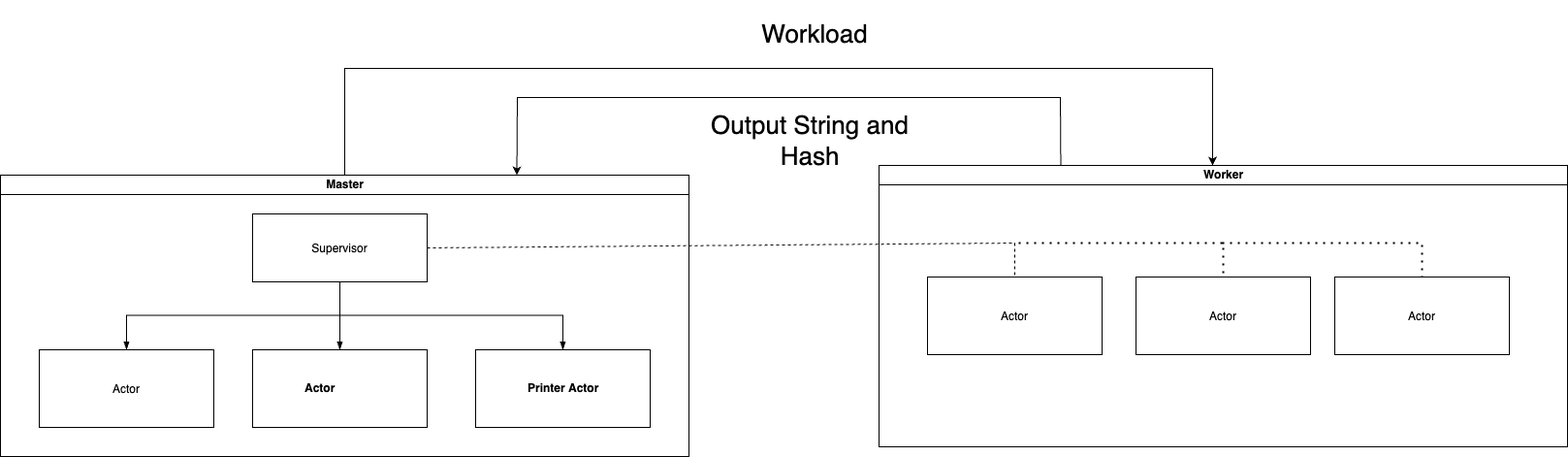
Before: bitcoin-miner/BitcoinMiner.png, a diagram exported from draw.io (anmbajaj/DOSPFall2022). Source tidied: cells renumbered, new cells last; positions are measured from the earlier drawing's top-left corner, leaving out a move shared by most shapes. Source of this version:
```xml
<mxGraphModel>
  <root>
    <mxCell id="0" />
    <mxCell id="1" parent="0" />
    <mxCell id="2" value="Master" style="swimlane;html=1;startSize=20;horizontal=1;containerType=tree;glass=0;fillColor=none;" parent="1" vertex="1">
      <mxGeometry y="180" width="710" height="290" as="geometry" />
    </mxCell>
    <object id="3" label="Supervisor" email="me@example.com" location="Office 1" name="Tessa Miller" placeholders="1" position="CFO">
      <mxCell style="fillColor=none;" parent="2" vertex="1">
        <mxGeometry x="260" y="40" width="180" height="70" as="geometry" />
      </mxCell>
    </object>
    <mxCell id="4" style="endArrow=blockThin;endFill=1;fontSize=11;edgeStyle=elbowEdgeStyle;elbow=vertical;rounded=0;" parent="2" edge="1" source="3" target="5">
      <mxGeometry relative="1" as="geometry" />
    </mxCell>
    <object id="5" label="Actor" email="me@example.com" location="Office 2" name="Edward Morrison" placeholders="1" position="Brand Manager">
      <mxCell style="fillColor=none;" parent="2" vertex="1">
        <mxGeometry x="40" y="180" width="180" height="80" as="geometry" />
      </mxCell>
    </object>
    <mxCell id="6" style="endArrow=blockThin;endFill=1;fontSize=11;edgeStyle=elbowEdgeStyle;elbow=vertical;rounded=0;" parent="2" edge="1" source="3" target="7">
      <mxGeometry relative="1" as="geometry" />
    </mxCell>
    <object id="7" label="Actor" email="me@example.com" location="Office 4" name="Evan Valet" placeholders="1" position="HR Director">
      <mxCell style="label;whiteSpace=wrap;html=1;rounded=0;glass=0;fillColor=none;" parent="2" vertex="1">
        <mxGeometry x="260" y="180" width="180" height="80" as="geometry" />
      </mxCell>
    </object>
    <mxCell id="8" style="endArrow=blockThin;endFill=1;fontSize=11;edgeStyle=elbowEdgeStyle;elbow=vertical;rounded=0;" parent="2" edge="1" source="3" target="9">
      <mxGeometry relative="1" as="geometry" />
    </mxCell>
    <object id="9" label="Printer Actor" email="me@example.com" location="Office 3" name="Alison Donovan" placeholders="1" position="System Admin">
      <mxCell style="label;whiteSpace=wrap;html=1;rounded=0;glass=0;fillColor=none;" parent="2" vertex="1">
        <mxGeometry x="490" y="180" width="180" height="80" as="geometry" />
      </mxCell>
    </object>
    <mxCell id="10" value="Worker" style="swimlane;html=1;startSize=20;horizontal=1;containerType=tree;glass=0;fillColor=none;" parent="1" vertex="1">
      <mxGeometry x="906" y="170" width="710" height="290" as="geometry" />
    </mxCell>
    <object id="11" label="Actor" email="me@example.com" location="Office 2" name="Edward Morrison" placeholders="1" position="Brand Manager">
      <mxCell style="fillColor=none;" parent="10" vertex="1">
        <mxGeometry x="50" y="115" width="180" height="80" as="geometry" />
      </mxCell>
    </object>
    <object id="12" label="Actor" email="me@example.com" location="Office 2" name="Edward Morrison" placeholders="1" position="Brand Manager">
      <mxCell style="fillColor=none;" parent="10" vertex="1">
        <mxGeometry x="265" y="115" width="180" height="80" as="geometry" />
      </mxCell>
    </object>
    <object id="13" label="Actor" email="me@example.com" location="Office 2" name="Edward Morrison" placeholders="1" position="Brand Manager">
      <mxCell style="fillColor=none;" parent="10" vertex="1">
        <mxGeometry x="470" y="115" width="180" height="80" as="geometry" />
      </mxCell>
    </object>
    <mxCell id="14" style="endArrow=none;dashed=1;html=1;dashPattern=1 3;strokeWidth=2;rounded=0;entryX=0.5;entryY=0;entryDx=0;entryDy=0;" parent="10" edge="1" target="12">
      <mxGeometry relative="1" as="geometry">
        <mxPoint x="144" y="80" as="sourcePoint" />
        <Array as="points">
          <mxPoint x="355" y="80" />
        </Array>
      </mxGeometry>
    </mxCell>
    <mxCell id="15" style="endArrow=classic;html=1;rounded=0;exitX=0.264;exitY=-0.001;exitDx=0;exitDy=0;exitPerimeter=0;entryX=0.75;entryY=0;entryDx=0;entryDy=0;" parent="1" edge="1" source="10" target="2">
      <mxGeometry relative="1" as="geometry">
        <Array as="points">
          <mxPoint x="1093" y="100" />
          <mxPoint x="533" y="100" />
        </Array>
      </mxGeometry>
    </mxCell>
    <mxCell id="16" style="endArrow=classic;html=1;rounded=0;exitX=0.5;exitY=0;exitDx=0;exitDy=0;" parent="1" edge="1" source="2">
      <mxGeometry relative="1" as="geometry">
        <mxPoint x="1250" y="170" as="targetPoint" />
        <Array as="points">
          <mxPoint x="355" y="70" />
          <mxPoint x="1250" y="70" />
        </Array>
      </mxGeometry>
    </mxCell>
    <mxCell id="17" style="endArrow=none;dashed=1;html=1;rounded=0;exitX=1;exitY=0.5;exitDx=0;exitDy=0;entryX=0.5;entryY=0;entryDx=0;entryDy=0;" parent="1" edge="1" source="3" target="11">
      <mxGeometry relative="1" as="geometry">
        <Array as="points">
          <mxPoint x="1046" y="250" />
        </Array>
      </mxGeometry>
    </mxCell>
    <mxCell id="18" style="endArrow=none;dashed=1;html=1;dashPattern=1 3;strokeWidth=2;rounded=0;entryX=0.5;entryY=0;entryDx=0;entryDy=0;" parent="1" edge="1" target="13">
      <mxGeometry relative="1" as="geometry">
        <mxPoint x="1260" y="250" as="sourcePoint" />
        <Array as="points">
          <mxPoint x="1466" y="250" />
        </Array>
      </mxGeometry>
    </mxCell>
    <mxCell id="19" value="&lt;span style=&quot;font-size: 26px&quot;&gt;Workload&lt;/span&gt;" style="text;html=1;strokeColor=none;fillColor=none;align=center;verticalAlign=middle;whiteSpace=wrap;rounded=0;shadow=0;glass=0;" parent="1" vertex="1">
      <mxGeometry x="780" width="120" height="70" as="geometry" />
    </mxCell>
    <mxCell id="20" value="Output String and Hash" style="text;html=1;strokeColor=none;fillColor=none;align=center;verticalAlign=middle;whiteSpace=wrap;rounded=0;shadow=0;glass=0;fontSize=26;" parent="1" vertex="1">
      <mxGeometry x="730" y="110" width="210" height="70" as="geometry" />
    </mxCell>
  </root>
</mxGraphModel>
```
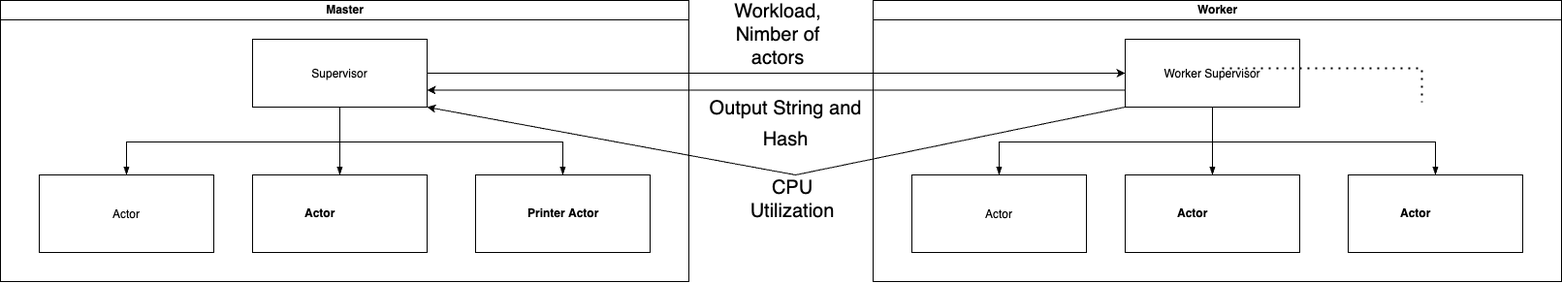
Above is the later version.

Commit message:
Architecture modifications

Diff of the diagram source:
```diff
@@ -34,69 +34,68 @@
         <mxGeometry x="490" y="180" width="180" height="80" as="geometry" />
       </mxCell>
     </object>
-    <mxCell id="10" value="Worker" style="swimlane;html=1;startSize=20;horizontal=1;containerType=tree;glass=0;fillColor=none;" parent="1" vertex="1">
-      <mxGeometry x="906" y="170" width="710" height="290" as="geometry" />
-    </mxCell>
-    <object id="11" label="Actor" email="me@example.com" location="Office 2" name="Edward Morrison" placeholders="1" position="Brand Manager">
-      <mxCell style="fillColor=none;" parent="10" vertex="1">
-        <mxGeometry x="50" y="115" width="180" height="80" as="geometry" />
-      </mxCell>
-    </object>
-    <object id="12" label="Actor" email="me@example.com" location="Office 2" name="Edward Morrison" placeholders="1" position="Brand Manager">
-      <mxCell style="fillColor=none;" parent="10" vertex="1">
-        <mxGeometry x="265" y="115" width="180" height="80" as="geometry" />
-      </mxCell>
-    </object>
-    <object id="13" label="Actor" email="me@example.com" location="Office 2" name="Edward Morrison" placeholders="1" position="Brand Manager">
-      <mxCell style="fillColor=none;" parent="10" vertex="1">
-        <mxGeometry x="470" y="115" width="180" height="80" as="geometry" />
-      </mxCell>
-    </object>
-    <mxCell id="14" style="endArrow=none;dashed=1;html=1;dashPattern=1 3;strokeWidth=2;rounded=0;entryX=0.5;entryY=0;entryDx=0;entryDy=0;" parent="10" edge="1" target="12">
-      <mxGeometry relative="1" as="geometry">
-        <mxPoint x="144" y="80" as="sourcePoint" />
-        <Array as="points">
-          <mxPoint x="355" y="80" />
-        </Array>
-      </mxGeometry>
-    </mxCell>
-    <mxCell id="15" style="endArrow=classic;html=1;rounded=0;exitX=0.264;exitY=-0.001;exitDx=0;exitDy=0;exitPerimeter=0;entryX=0.75;entryY=0;entryDx=0;entryDy=0;" parent="1" edge="1" source="10" target="2">
-      <mxGeometry relative="1" as="geometry">
-        <Array as="points">
-          <mxPoint x="1093" y="100" />
-          <mxPoint x="533" y="100" />
-        </Array>
-      </mxGeometry>
-    </mxCell>
-    <mxCell id="16" style="endArrow=classic;html=1;rounded=0;exitX=0.5;exitY=0;exitDx=0;exitDy=0;" parent="1" edge="1" source="2">
-      <mxGeometry relative="1" as="geometry">
-        <mxPoint x="1250" y="170" as="targetPoint" />
-        <Array as="points">
-          <mxPoint x="355" y="70" />
-          <mxPoint x="1250" y="70" />
-        </Array>
-      </mxGeometry>
-    </mxCell>
-    <mxCell id="17" style="endArrow=none;dashed=1;html=1;rounded=0;exitX=1;exitY=0.5;exitDx=0;exitDy=0;entryX=0.5;entryY=0;entryDx=0;entryDy=0;" parent="1" edge="1" source="3" target="11">
-      <mxGeometry relative="1" as="geometry">
-        <Array as="points">
-          <mxPoint x="1046" y="250" />
-        </Array>
-      </mxGeometry>
-    </mxCell>
-    <mxCell id="18" style="endArrow=none;dashed=1;html=1;dashPattern=1 3;strokeWidth=2;rounded=0;entryX=0.5;entryY=0;entryDx=0;entryDy=0;" parent="1" edge="1" target="13">
+    <mxCell id="18" style="endArrow=none;dashed=1;html=1;dashPattern=1 3;strokeWidth=2;rounded=0;entryX=0.5;entryY=0;entryDx=0;entryDy=0;" parent="1" edge="1">
       <mxGeometry relative="1" as="geometry">
         <mxPoint x="1260" y="250" as="sourcePoint" />
+        <mxPoint x="1466" y="285" as="targetPoint" />
         <Array as="points">
           <mxPoint x="1466" y="250" />
         </Array>
       </mxGeometry>
     </mxCell>
-    <mxCell id="19" value="&lt;span style=&quot;font-size: 26px&quot;&gt;Workload&lt;/span&gt;" style="text;html=1;strokeColor=none;fillColor=none;align=center;verticalAlign=middle;whiteSpace=wrap;rounded=0;shadow=0;glass=0;" parent="1" vertex="1">
-      <mxGeometry x="780" width="120" height="70" as="geometry" />
+    <mxCell id="19" value="&lt;font style=&quot;font-size: 20px;&quot;&gt;Workload, Nimber of actors&lt;/font&gt;" style="text;html=1;strokeColor=none;fillColor=none;align=center;verticalAlign=middle;whiteSpace=wrap;rounded=0;shadow=0;glass=0;" parent="1" vertex="1">
+      <mxGeometry x="757" y="190" width="90" height="50" as="geometry" />
     </mxCell>
-    <mxCell id="20" value="Output String and Hash" style="text;html=1;strokeColor=none;fillColor=none;align=center;verticalAlign=middle;whiteSpace=wrap;rounded=0;shadow=0;glass=0;fontSize=26;" parent="1" vertex="1">
-      <mxGeometry x="730" y="110" width="210" height="70" as="geometry" />
+    <mxCell id="20" value="&lt;font style=&quot;font-size: 20px;&quot;&gt;Output String and Hash&lt;/font&gt;" style="text;html=1;strokeColor=none;fillColor=none;align=center;verticalAlign=middle;whiteSpace=wrap;rounded=0;shadow=0;glass=0;fontSize=26;" parent="1" vertex="1">
+      <mxGeometry x="720" y="270" width="180" height="70" as="geometry" />
     </mxCell>
+    <mxCell id="10" value="Worker" style="swimlane;html=1;startSize=20;horizontal=1;containerType=tree;glass=0;fillColor=none;" parent="1" vertex="1">
+      <mxGeometry x="900" y="180" width="710" height="290" as="geometry" />
+    </mxCell>
+    <object id="21" label="Worker Supervisor" email="me@example.com" location="Office 1" name="Tessa Miller" placeholders="1" position="CFO">
+      <mxCell style="fillColor=none;" parent="10" vertex="1">
+        <mxGeometry x="260" y="40" width="180" height="70" as="geometry" />
+      </mxCell>
+    </object>
+    <mxCell id="22" style="endArrow=blockThin;endFill=1;fontSize=11;edgeStyle=elbowEdgeStyle;elbow=vertical;rounded=0;" parent="10" edge="1" source="21" target="23">
+      <mxGeometry relative="1" as="geometry" />
+    </mxCell>
+    <object id="23" label="Actor" email="me@example.com" location="Office 2" name="Edward Morrison" placeholders="1" position="Brand Manager">
+      <mxCell style="fillColor=none;" parent="10" vertex="1">
+        <mxGeometry x="40" y="180" width="180" height="80" as="geometry" />
+      </mxCell>
+    </object>
+    <mxCell id="24" style="endArrow=blockThin;endFill=1;fontSize=11;edgeStyle=elbowEdgeStyle;elbow=vertical;rounded=0;" parent="10" edge="1" source="21" target="25">
+      <mxGeometry relative="1" as="geometry" />
+    </mxCell>
+    <object id="25" label="Actor" email="me@example.com" location="Office 4" name="Evan Valet" placeholders="1" position="HR Director">
+      <mxCell style="label;whiteSpace=wrap;html=1;rounded=0;glass=0;fillColor=none;" parent="10" vertex="1">
+        <mxGeometry x="260" y="180" width="180" height="80" as="geometry" />
+      </mxCell>
+    </object>
+    <mxCell id="26" style="endArrow=blockThin;endFill=1;fontSize=11;edgeStyle=elbowEdgeStyle;elbow=vertical;rounded=0;" parent="10" edge="1" source="21" target="27">
+      <mxGeometry relative="1" as="geometry" />
+    </mxCell>
+    <object id="27" label="Actor" email="me@example.com" location="Office 3" name="Alison Donovan" placeholders="1" position="System Admin">
+      <mxCell style="label;whiteSpace=wrap;html=1;rounded=0;glass=0;fillColor=none;" parent="10" vertex="1">
+        <mxGeometry x="490" y="180" width="180" height="80" as="geometry" />
+      </mxCell>
+    </object>
+    <mxCell id="28" style="endArrow=classic;html=1;rounded=0;exitX=1;exitY=0.5;exitDx=0;exitDy=0;entryX=0;entryY=0.5;entryDx=0;entryDy=0;" parent="1" edge="1" source="3" target="21">
+      <mxGeometry relative="1" as="geometry" />
+    </mxCell>
+    <mxCell id="29" style="endArrow=classic;html=1;rounded=0;fontSize=20;entryX=1;entryY=0.75;entryDx=0;entryDy=0;exitX=0;exitY=0.75;exitDx=0;exitDy=0;" parent="1" edge="1" source="21" target="3">
+      <mxGeometry relative="1" as="geometry" />
+    </mxCell>
+    <mxCell id="30" style="endArrow=classic;html=1;rounded=0;fontSize=20;entryX=1;entryY=1;entryDx=0;entryDy=0;exitX=0;exitY=1;exitDx=0;exitDy=0;" parent="1" edge="1" source="21" target="3">
+      <mxGeometry relative="1" as="geometry">
+        <Array as="points">
+          <mxPoint x="820" y="360" />
+        </Array>
+      </mxGeometry>
+    </mxCell>
+    <mxCell id="31" value="CPU Utilization" style="text;html=1;strokeColor=none;fillColor=none;align=center;verticalAlign=middle;whiteSpace=wrap;rounded=0;fontSize=20;" parent="1" vertex="1">
+      <mxGeometry x="787" y="370" width="60" height="30" as="geometry" />
+    </mxCell>
   </root>
 </mxGraphModel>
```
